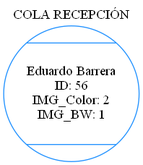
Above: [EDD]PROYECTO_FASE1_202010223/ColaRecepcion.png in LuisBarrera23/EDD_PROYECTO_FASE1_202010223 (Graphviz), before the change. Its source is kept beside it as [EDD]PROYECTO_FASE1_202010223/ColaRecepcion.dot. Its diagram source:
```dot
digraph G{
label="COLA RECEPCIÓN";
labelloc = "t"
node [shape=Mcircle,color=dodgerblue1];
cliente205797316[label="Eduardo Barrera\nID: 56\nIMG_Color: 2\nIMG_BW: 1", width=1.5,height=1.5];
{rank=same
}
}
```
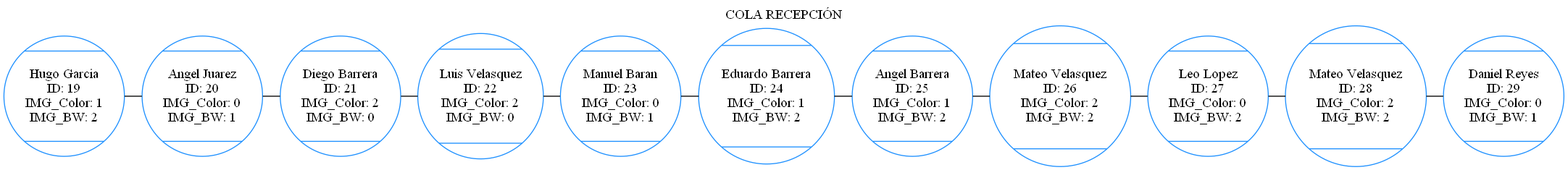
After the change.

What changed in the source:
```diff
@@ -2,7 +2,27 @@
 label="COLA RECEPCIÓN";
 labelloc = "t"
 node [shape=Mcircle,color=dodgerblue1];
-cliente205797316[label="Eduardo Barrera\nID: 56\nIMG_Color: 2\nIMG_BW: 1", width=1.5,height=1.5];
+cliente824909230[label="Hugo Garcia\nID: 19\nIMG_Color: 1\nIMG_BW: 2", width=1.5,height=1.5];
+cliente122883338[label="Angel Juarez\nID: 20\nIMG_Color: 0\nIMG_BW: 1", width=1.5,height=1.5];
+cliente666641942[label="Diego Barrera\nID: 21\nIMG_Color: 2\nIMG_BW: 0", width=1.5,height=1.5];
+cliente960604060[label="Luis Velasquez\nID: 22\nIMG_Color: 2\nIMG_BW: 0", width=1.5,height=1.5];
+cliente1349393271[label="Manuel Baran\nID: 23\nIMG_Color: 0\nIMG_BW: 1", width=1.5,height=1.5];
+cliente1338668845[label="Eduardo Barrera\nID: 24\nIMG_Color: 1\nIMG_BW: 2", width=1.5,height=1.5];
+cliente159413332[label="Angel Barrera\nID: 25\nIMG_Color: 1\nIMG_BW: 2", width=1.5,height=1.5];
+cliente1028214719[label="Mateo Velasquez\nID: 26\nIMG_Color: 2\nIMG_BW: 2", width=1.5,height=1.5];
+cliente500977346[label="Leo Lopez\nID: 27\nIMG_Color: 0\nIMG_BW: 2", width=1.5,height=1.5];
+cliente20132171[label="Mateo Velasquez\nID: 28\nIMG_Color: 2\nIMG_BW: 2", width=1.5,height=1.5];
+cliente186370029[label="Daniel Reyes\nID: 29\nIMG_Color: 0\nIMG_BW: 1", width=1.5,height=1.5];
 {rank=same
+cliente824909230->cliente122883338[dir="none"];
+cliente122883338->cliente666641942[dir="none"];
+cliente666641942->cliente960604060[dir="none"];
+cliente960604060->cliente1349393271[dir="none"];
+cliente1349393271->cliente1338668845[dir="none"];
+cliente1338668845->cliente159413332[dir="none"];
+cliente159413332->cliente1028214719[dir="none"];
+cliente1028214719->cliente500977346[dir="none"];
+cliente500977346->cliente20132171[dir="none"];
+cliente20132171->cliente186370029[dir="none"];
 }
 }
```
